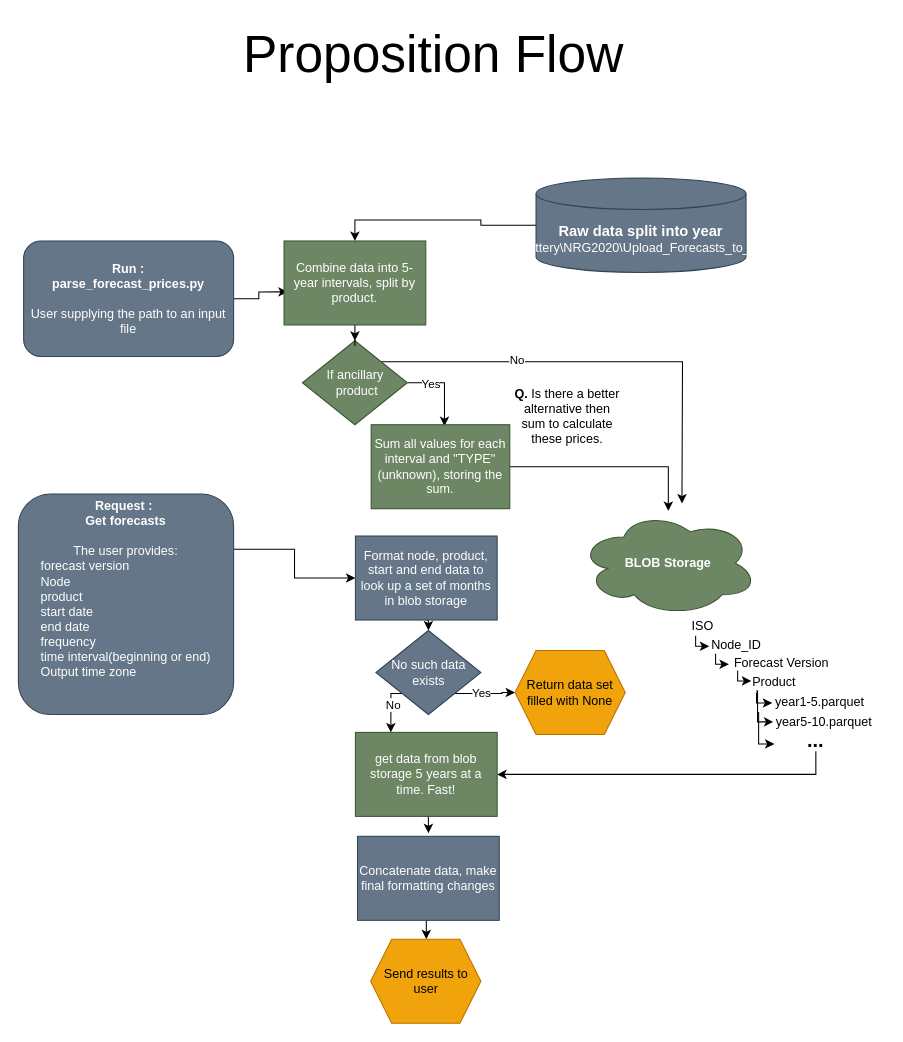
Above: page "Page-2" (2 of 2) of design_prop_1.drawio in rmFlynn/Wrighton_diagrams (draw.io), before the change. Source tidied: cells renumbered, new cells numbered last; positions are measured from the earlier drawing's top-left corner, leaving out a move shared by most shapes. Both pictures are drawn from the tidied source at 105%, with x=0, y=0 at pixel (18, 18).
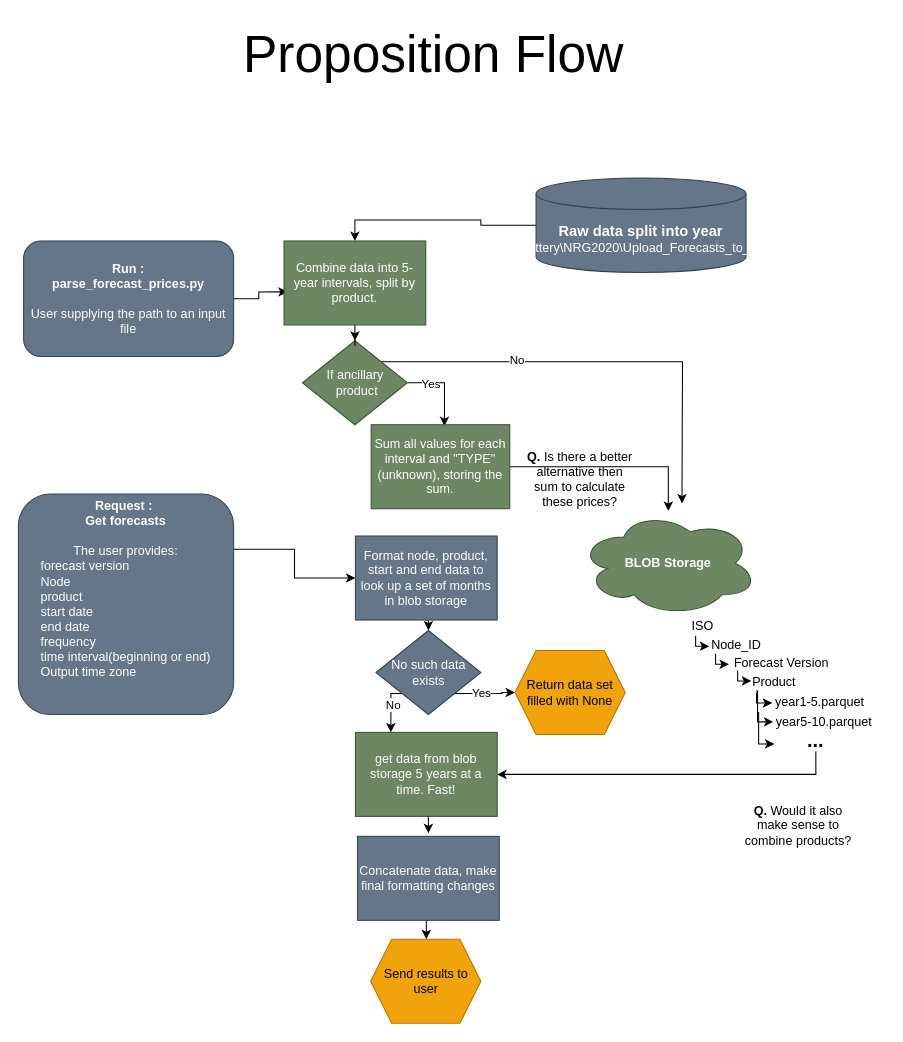
The same diagram, later.

Change to the diagram source:
```diff
@@
-    <mxCell id="41" value="&lt;b&gt;Q. &lt;/b&gt;Is there a better alternative then sum to calculate these prices." style="text;html=1;strokeColor=none;fillColor=none;align=center;verticalAlign=middle;whiteSpace=wrap;rounded=0;" parent="1" vertex="1">
-      <mxGeometry x="468" y="342" width="110" height="74" as="geometry" />
+    <mxCell id="41" value="&lt;b&gt;Q. &lt;/b&gt;Is there a better alternative then sum to calculate these prices?" style="text;html=1;strokeColor=none;fillColor=none;align=center;verticalAlign=middle;whiteSpace=wrap;rounded=0;" parent="1" vertex="1">
+      <mxGeometry x="480" y="402" width="110" height="74" as="geometry" />
     </mxCell>
@@
+    <mxCell id="47" value="&lt;b&gt;Q.&lt;/b&gt; Would it also make sense to combine products?" style="text;html=1;strokeColor=none;fillColor=none;align=center;verticalAlign=middle;whiteSpace=wrap;rounded=0;" parent="1" vertex="1">
+      <mxGeometry x="688" y="732" width="110" height="74" as="geometry" />
+    </mxCell>
```
